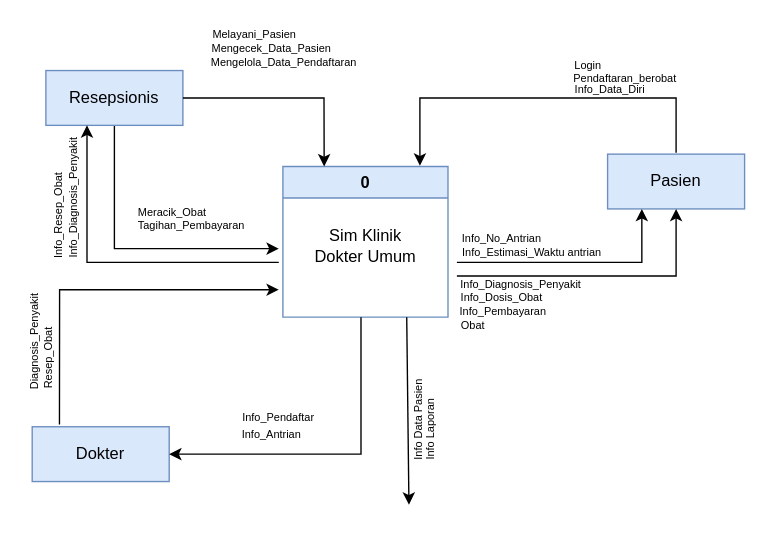
This is page "Page-1" (1 of 3) of Untitled Diagram.drawio from pradanatech04/portofolio-sia, a draw.io file, before an edit. Source tidied: cells renumbered, new cells numbered last; positions are measured from the earlier drawing's top-left corner, leaving out a move shared by most shapes. Both pictures are drawn from the tidied source at 137%, with x=0, y=0 at pixel (-29, -53).
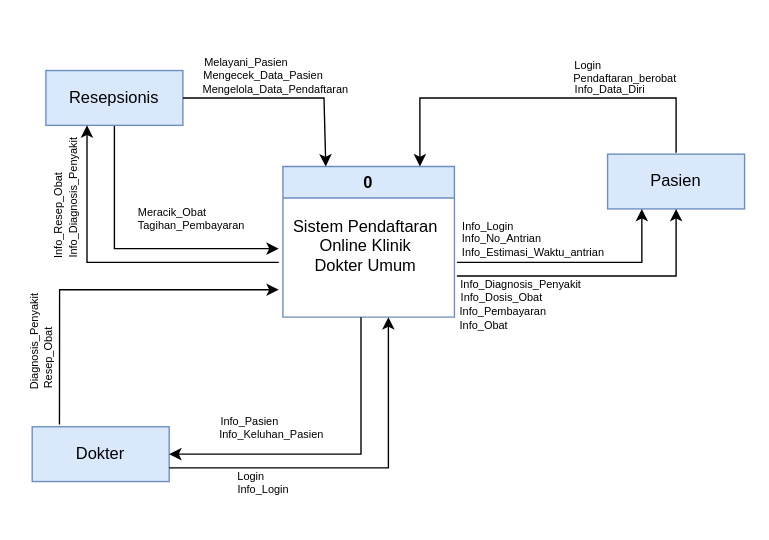
After the change.

Unchanged cells that the change refers to:
```xml
<mxCell id="10" value="Dokter" style="rounded=0;whiteSpace=wrap;html=1;fillColor=#dae8fc;strokeColor=#6c8ebf;" parent="1" vertex="1">
  <mxGeometry x="44" y="350" width="100" height="40" as="geometry" />
</mxCell>
```

Change to the diagram source:
```diff
@@
     <mxCell id="3" value="0" style="swimlane;whiteSpace=wrap;html=1;fillColor=#dae8fc;strokeColor=#6c8ebf;" parent="1" vertex="1">
-      <mxGeometry x="227" y="160" width="120.5" height="110" as="geometry" />
+      <mxGeometry x="227" y="160" width="125.2" height="110" as="geometry" />
     </mxCell>
-    <mxCell id="4" value="Sim Klinik &lt;br&gt;Dokter Umum" style="text;html=1;align=center;verticalAlign=middle;" parent="3" vertex="1">
-      <mxGeometry x="10.2" y="38" width="100" height="40" as="geometry" />
+    <mxCell id="4" value="Sistem Pendaftaran&lt;br&gt;Online Klinik &lt;br&gt;Dokter Umum" style="text;html=1;align=center;verticalAlign=middle;" parent="3" vertex="1">
+      <mxGeometry x="-4.8" y="28" width="130" height="60" as="geometry" />
     </mxCell>
@@
-    <mxCell id="8" style="endArrow=classic;html=1;rounded=0;entryX=0.83;entryY=-0.005;entryDx=0;entryDy=0;entryPerimeter=0;" parent="1" edge="1" target="3">
+    <mxCell id="8" style="endArrow=classic;html=1;rounded=0;" parent="1" edge="1">
       <mxGeometry relative="1" as="geometry">
         <mxPoint x="514" y="150" as="sourcePoint" />
+        <mxPoint x="327" y="160" as="targetPoint" />
         <Array as="points">
           <mxPoint x="514" y="110" />
           <mxPoint x="327" y="110" />
         </Array>
       </mxGeometry>
     </mxCell>
@@
-    <mxCell id="15" value="&lt;font style=&quot;font-size: 8px;&quot;&gt;Info_Pendaftar&lt;/font&gt;" style="text;html=1;strokeColor=none;fillColor=none;align=center;verticalAlign=middle;whiteSpace=wrap;rounded=0;" parent="1" vertex="1">
-      <mxGeometry x="191" y="337" width="66" height="10" as="geometry" />
+    <mxCell id="15" value="&lt;font style=&quot;font-size: 8px;&quot;&gt;Info_Pasien&lt;/font&gt;" style="text;html=1;strokeColor=none;fillColor=none;align=center;verticalAlign=middle;whiteSpace=wrap;rounded=0;" parent="1" vertex="1">
+      <mxGeometry x="170" y="340" width="66" height="10" as="geometry" />
     </mxCell>
-    <mxCell id="16" value="&lt;font style=&quot;font-size: 8px;&quot;&gt;Info_Antrian&lt;/font&gt;" style="text;html=1;strokeColor=none;fillColor=none;align=center;verticalAlign=middle;whiteSpace=wrap;rounded=0;" parent="1" vertex="1">
+    <mxCell id="16" value="&lt;font style=&quot;font-size: 8px;&quot;&gt;Info_Keluhan_Pasien&lt;/font&gt;" style="text;html=1;strokeColor=none;fillColor=none;align=center;verticalAlign=middle;whiteSpace=wrap;rounded=0;" parent="1" vertex="1">
       <mxGeometry x="186" y="350" width="66" height="10" as="geometry" />
     </mxCell>
@@
-    <mxCell id="22" value="&lt;span style=&quot;font-size: 8px;&quot;&gt;Obat&lt;/span&gt;" style="text;html=1;strokeColor=none;fillColor=none;align=center;verticalAlign=middle;whiteSpace=wrap;rounded=0;" parent="1" vertex="1">
-      <mxGeometry x="326" y="270" width="80" height="10" as="geometry" />
+    <mxCell id="22" value="&lt;span style=&quot;font-size: 8px;&quot;&gt;Info_Obat&lt;/span&gt;" style="text;html=1;strokeColor=none;fillColor=none;align=center;verticalAlign=middle;whiteSpace=wrap;rounded=0;" parent="1" vertex="1">
+      <mxGeometry x="334" y="270" width="80" height="10" as="geometry" />
     </mxCell>
-    <mxCell id="23" value="&lt;span style=&quot;font-size: 8px;&quot;&gt;Info Data Pasien&lt;/span&gt;" style="text;html=1;strokeColor=none;fillColor=none;align=center;verticalAlign=middle;whiteSpace=wrap;rounded=0;rotation=-90;" parent="1" vertex="1">
-      <mxGeometry x="285" y="340" width="80" height="10" as="geometry" />
-    </mxCell>
-    <mxCell id="24" style="endArrow=classic;html=1;rounded=0;exitX=0.75;exitY=1;exitDx=0;exitDy=0;entryX=0.517;entryY=-0.039;entryDx=0;entryDy=0;entryPerimeter=0;" parent="1" edge="1" source="3">
-      <mxGeometry relative="1" as="geometry">
-        <mxPoint x="319" y="406.9" as="targetPoint" />
-      </mxGeometry>
-    </mxCell>
     <mxCell id="25" value="&lt;span style=&quot;font-size: 8px;&quot;&gt;Melayani_Pasien&lt;/span&gt;" style="text;html=1;strokeColor=none;fillColor=none;align=center;verticalAlign=middle;whiteSpace=wrap;rounded=0;" parent="1" vertex="1">
-      <mxGeometry x="170" y="58" width="73" height="10" as="geometry" />
+      <mxGeometry x="164" y="78" width="73" height="10" as="geometry" />
     </mxCell>
-    <mxCell id="26" value="&lt;span style=&quot;font-size: 8px;&quot;&gt;Info Laporan&lt;/span&gt;" style="text;html=1;strokeColor=none;fillColor=none;align=center;verticalAlign=middle;whiteSpace=wrap;rounded=0;rotation=-90;" parent="1" vertex="1">
-      <mxGeometry x="294" y="347" width="80" height="10" as="geometry" />
-    </mxCell>
@@
     <mxCell id="32" value="&lt;span style=&quot;font-size: 8px;&quot;&gt;Mengecek_Data_Pasien&lt;/span&gt;" style="text;html=1;strokeColor=none;fillColor=none;align=center;verticalAlign=middle;whiteSpace=wrap;rounded=0;" parent="1" vertex="1">
-      <mxGeometry x="174" y="68" width="90" height="10" as="geometry" />
+      <mxGeometry x="168" y="88" width="90" height="10" as="geometry" />
     </mxCell>
@@
-    <mxCell id="34" value="&lt;span style=&quot;font-size: 8px;&quot;&gt;Info_Estimasi_Waktu antrian&lt;/span&gt;" style="text;html=1;strokeColor=none;fillColor=none;align=center;verticalAlign=middle;whiteSpace=wrap;rounded=0;" parent="1" vertex="1">
-      <mxGeometry x="354" y="217" width="110" height="10" as="geometry" />
+    <mxCell id="34" value="&lt;span style=&quot;font-size: 8px;&quot;&gt;Info_Estimasi_Waktu_antrian&lt;/span&gt;" style="text;html=1;strokeColor=none;fillColor=none;align=center;verticalAlign=middle;whiteSpace=wrap;rounded=0;" parent="1" vertex="1">
+      <mxGeometry x="355" y="217" width="110" height="10" as="geometry" />
     </mxCell>
     <mxCell id="35" value="&lt;span style=&quot;font-size: 8px;&quot;&gt;Mengelola_Data_Pendaftaran&lt;/span&gt;" style="text;html=1;strokeColor=none;fillColor=none;align=center;verticalAlign=middle;whiteSpace=wrap;rounded=0;" parent="1" vertex="1">
-      <mxGeometry x="183" y="78" width="90" height="10" as="geometry" />
+      <mxGeometry x="177" y="98" width="90" height="10" as="geometry" />
     </mxCell>
@@
+    <mxCell id="39" value="&lt;span style=&quot;font-size: 8px;&quot;&gt;Info_Login&lt;/span&gt;" style="text;html=1;strokeColor=none;fillColor=none;align=center;verticalAlign=middle;whiteSpace=wrap;rounded=0;" parent="1" vertex="1">
+      <mxGeometry x="322" y="198" width="110" height="10" as="geometry" />
+    </mxCell>
+    <mxCell id="40" value="&lt;font style=&quot;font-size: 8px;&quot;&gt;Login&lt;/font&gt;" style="text;html=1;strokeColor=none;fillColor=none;align=center;verticalAlign=middle;whiteSpace=wrap;rounded=0;" parent="1" vertex="1">
+      <mxGeometry x="171" y="380" width="66" height="10" as="geometry" />
+    </mxCell>
+    <mxCell id="41" style="endArrow=classic;html=1;rounded=0;exitX=1;exitY=0.75;exitDx=0;exitDy=0;" parent="1" edge="1" source="10">
+      <mxGeometry relative="1" as="geometry">
+        <mxPoint x="304" y="270" as="targetPoint" />
+        <Array as="points">
+          <mxPoint x="304" y="380" />
+        </Array>
+      </mxGeometry>
+    </mxCell>
+    <mxCell id="42" value="&lt;font style=&quot;font-size: 8px;&quot;&gt;Info_Login&lt;/font&gt;" style="text;html=1;strokeColor=none;fillColor=none;align=center;verticalAlign=middle;whiteSpace=wrap;rounded=0;" parent="1" vertex="1">
+      <mxGeometry x="180" y="390" width="66" height="10" as="geometry" />
+    </mxCell>
```
